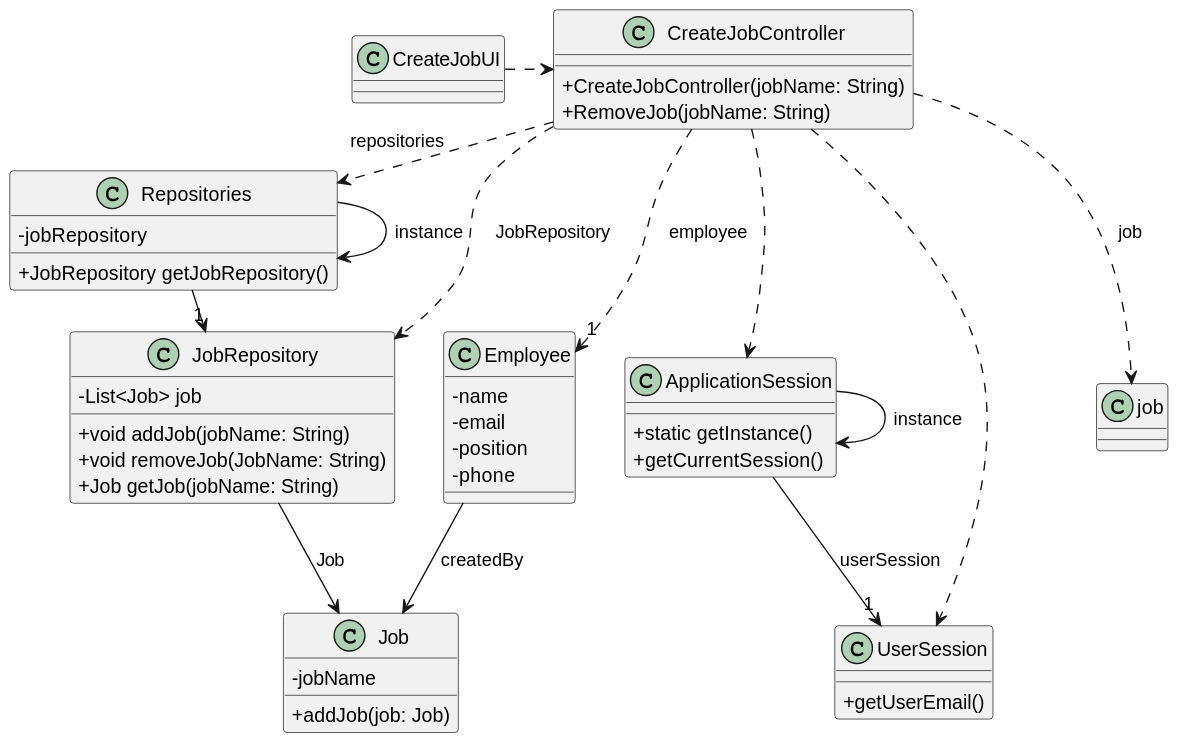
Departamento-de-Engenharia-Informatica/greenspace-management keeps this PlantUML diagram as docs/sprintB/us002/03.design/svg/us002-class-diagram.svg. Above is the earlier version.
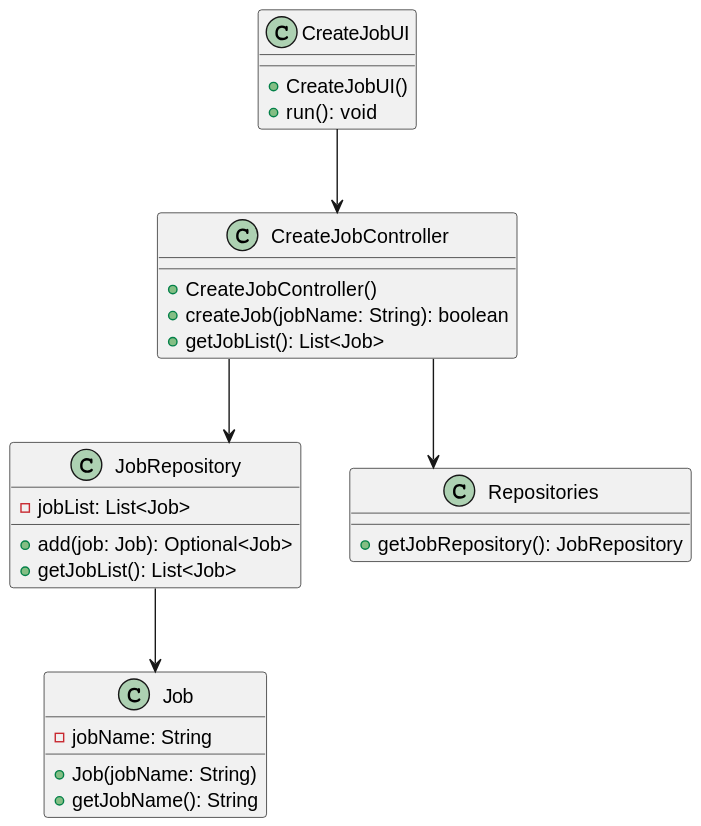
Later version of the same file.

Diff of the diagram source:
```diff
@@ -2,76 +2,37 @@
 skinparam packageStyle rectangle
 skinparam shadowing false
 skinparam linetype polyline
-skinparam linetype orto
+skinparam linetype ortho
 
-skinparam classAttributeIconSize 0
-
-
-class ApplicationSession
-{
-    + static getInstance()
-    + getCurrentSession()
-}
-
-class UserSession
-{
-    + getUserEmail()
-}
-
-class Employee {
-    - name
-    - email
-    - position
-    - phone
+class CreateJobController {
+    + CreateJobController()
+    + createJob(jobName: String): boolean
+    + getJobList(): List<Job>
 }
 
 class Job {
-    - jobName
-
-    + addJob(job: Job)
+    - jobName: String
+    + Job(jobName: String)
+    + getJobName(): String
 }
 
-class JobRepository{
-    - List<Job> job
-
-    + void addJob(jobName: String)
-    + void removeJob(JobName: String)
-    + Job getJob(jobName: String)
+class JobRepository {
+    - jobList: List<Job>
+    + add(job: Job): Optional<Job>
+    + getJobList(): List<Job>
 }
 
 class CreateJobUI {
+    + CreateJobUI()
+    + run(): void
 }
 
-class Repositories{
-    - jobRepository
-
-    + JobRepository getJobRepository()
+class Repositories {
+    + getJobRepository(): JobRepository
 }
 
-class CreateJobController {
-    + CreateJobController(jobName: String)
-    + RemoveJob(jobName: String)
-}
-
-Repositories -> Repositories : instance
-ApplicationSession -> ApplicationSession : instance
-
-CreateJobUI .> CreateJobController
-
-CreateJobController .> Repositories : repositories
-
-Repositories -> "1" JobRepository
-
-CreateJobController ..> job : job
-CreateJobController ..> JobRepository : JobRepository
-
-JobRepository --> Job : Job
-
-ApplicationSession --> "1" UserSession : userSession
-
-CreateJobController ..> "1" Employee : employee
-CreateJobController ..> ApplicationSession
-CreateJobController ..> UserSession
-
-Employee --> Job : createdBy
+CreateJobUI --> CreateJobController
+CreateJobController --> JobRepository
+CreateJobController --> Repositories
+JobRepository --> Job
 @enduml
```
